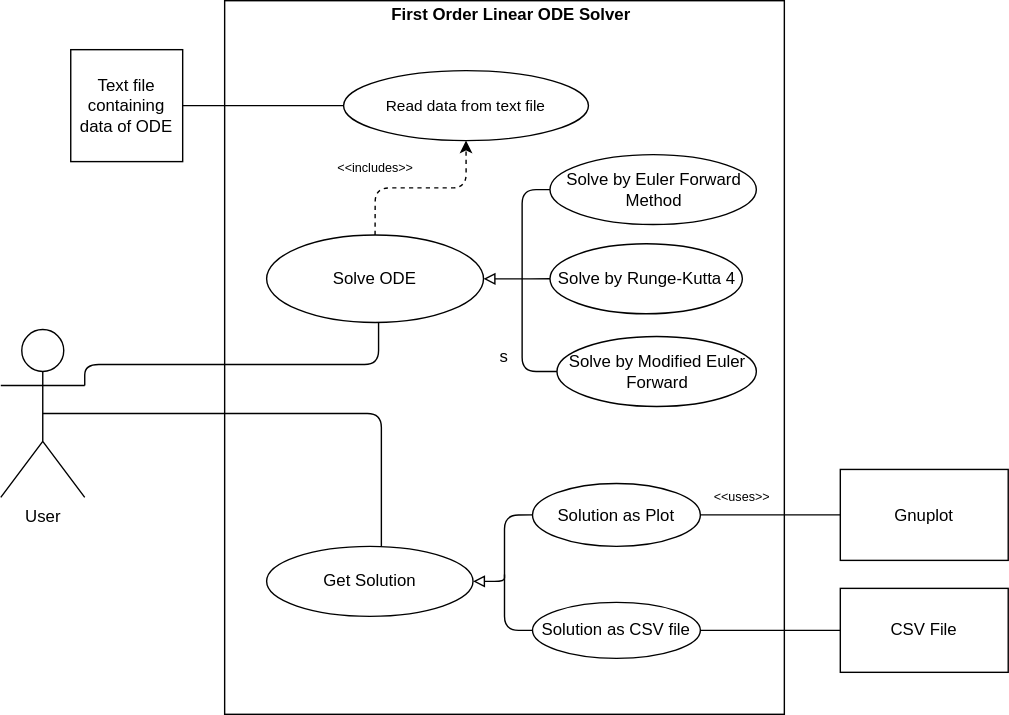
Before: 6_ImagesAndVideos/UseCaseDiagram.svg, a diagram exported from draw.io (bgvmysore/miniproject_stepin). Source tidied: cells renumbered, new cells last; positions are measured from the earlier drawing's top-left corner, leaving out a move shared by most shapes. Source of this version:
```xml
<mxGraphModel>
  <root>
    <mxCell id="0" />
    <mxCell id="1" parent="0" />
    <mxCell id="2" value="s" style="rounded=0;whiteSpace=wrap;html=1;" parent="1" vertex="1">
      <mxGeometry x="160" width="400" height="510" as="geometry" />
    </mxCell>
    <mxCell id="3" style="edgeStyle=orthogonalEdgeStyle;rounded=1;jettySize=auto;html=1;exitX=1;exitY=0.3333333333333333;exitDx=0;exitDy=0;exitPerimeter=0;endArrow=none;endFill=0;" parent="1" edge="1" source="5" target="10">
      <mxGeometry relative="1" as="geometry">
        <Array as="points">
          <mxPoint x="60" y="260" />
          <mxPoint x="270" y="260" />
        </Array>
      </mxGeometry>
    </mxCell>
    <mxCell id="4" style="edgeStyle=orthogonalEdgeStyle;rounded=1;jettySize=auto;html=1;exitX=0.5;exitY=0.5;exitDx=0;exitDy=0;exitPerimeter=0;startArrow=none;startFill=0;endArrow=none;endFill=0;" parent="1" edge="1" source="5" target="18">
      <mxGeometry relative="1" as="geometry">
        <Array as="points">
          <mxPoint x="272" y="295" />
        </Array>
      </mxGeometry>
    </mxCell>
    <mxCell id="5" value="User" style="shape=umlActor;verticalLabelPosition=bottom;verticalAlign=top;html=1;outlineConnect=0;" parent="1" vertex="1">
      <mxGeometry y="235" width="60" height="120" as="geometry" />
    </mxCell>
    <mxCell id="6" value="Gnuplot" style="rounded=0;whiteSpace=wrap;html=1;" parent="1" vertex="1">
      <mxGeometry x="600" y="335" width="120" height="65" as="geometry" />
    </mxCell>
    <mxCell id="7" style="edgeStyle=orthogonalEdgeStyle;rounded=1;jettySize=auto;html=1;entryX=0;entryY=0.5;entryDx=0;entryDy=0;fontSize=9;startArrow=none;startFill=0;endArrow=none;endFill=0;" parent="1" edge="1" source="8" target="26">
      <mxGeometry relative="1" as="geometry" />
    </mxCell>
    <mxCell id="8" value="Text file containing data of ODE" style="whiteSpace=wrap;html=1;" parent="1" vertex="1">
      <mxGeometry x="50" y="35" width="80" height="80" as="geometry" />
    </mxCell>
    <mxCell id="9" style="edgeStyle=orthogonalEdgeStyle;rounded=1;jettySize=auto;html=1;fontSize=9;startArrow=none;startFill=0;endArrow=classic;endFill=1;dashed=1;" parent="1" edge="1" source="10" target="26">
      <mxGeometry relative="1" as="geometry" />
    </mxCell>
    <mxCell id="10" value="Solve ODE" style="ellipse;whiteSpace=wrap;html=1;" parent="1" vertex="1">
      <mxGeometry x="190" y="167.5" width="155" height="62.5" as="geometry" />
    </mxCell>
    <mxCell id="11" value="CSV File" style="rounded=0;whiteSpace=wrap;html=1;" parent="1" vertex="1">
      <mxGeometry x="600" y="420" width="120" height="60" as="geometry" />
    </mxCell>
    <mxCell id="12" style="rounded=1;jettySize=auto;html=1;exitX=0;exitY=0.5;exitDx=0;exitDy=0;entryX=0;entryY=0.5;entryDx=0;entryDy=0;endArrow=none;endFill=0;elbow=vertical;edgeStyle=orthogonalEdgeStyle;" parent="1" edge="1" source="13" target="14">
      <mxGeometry relative="1" as="geometry" />
    </mxCell>
    <mxCell id="13" value="Solve by Euler Forward Method" style="ellipse;whiteSpace=wrap;html=1;" parent="1" vertex="1">
      <mxGeometry x="392.5" y="110" width="147.5" height="50" as="geometry" />
    </mxCell>
    <mxCell id="14" value="Solve by Modified Euler Forward" style="ellipse;whiteSpace=wrap;html=1;" parent="1" vertex="1">
      <mxGeometry x="397.5" y="240" width="142.5" height="50" as="geometry" />
    </mxCell>
    <mxCell id="15" style="rounded=1;jettySize=auto;html=1;exitX=0;exitY=0.5;exitDx=0;exitDy=0;startArrow=none;startFill=0;endArrow=block;endFill=0;elbow=vertical;edgeStyle=orthogonalEdgeStyle;" parent="1" edge="1" source="16" target="10">
      <mxGeometry relative="1" as="geometry" />
    </mxCell>
    <mxCell id="16" value="Solve by Runge-Kutta 4" style="ellipse;whiteSpace=wrap;html=1;" parent="1" vertex="1">
      <mxGeometry x="392.5" y="173.8" width="137.5" height="50" as="geometry" />
    </mxCell>
    <mxCell id="17" style="edgeStyle=orthogonalEdgeStyle;rounded=1;jettySize=auto;html=1;exitX=1;exitY=0.5;exitDx=0;exitDy=0;startArrow=block;startFill=0;endArrow=none;endFill=0;" parent="1" edge="1" source="18">
      <mxGeometry relative="1" as="geometry">
        <mxPoint x="360" y="410" as="targetPoint" />
      </mxGeometry>
    </mxCell>
    <mxCell id="18" value="&lt;div&gt;Get Solution&lt;br&gt;&lt;/div&gt;" style="ellipse;whiteSpace=wrap;html=1;" parent="1" vertex="1">
      <mxGeometry x="190" y="390" width="147.5" height="50" as="geometry" />
    </mxCell>
    <mxCell id="19" style="edgeStyle=orthogonalEdgeStyle;rounded=1;jettySize=auto;html=1;startArrow=none;startFill=0;endArrow=none;endFill=0;" parent="1" edge="1" source="21" target="6">
      <mxGeometry relative="1" as="geometry" />
    </mxCell>
    <mxCell id="20" style="edgeStyle=orthogonalEdgeStyle;rounded=1;jettySize=auto;html=1;exitX=0;exitY=0.5;exitDx=0;exitDy=0;entryX=0;entryY=0.5;entryDx=0;entryDy=0;startArrow=none;startFill=0;endArrow=none;endFill=0;" parent="1" edge="1" source="21" target="23">
      <mxGeometry relative="1" as="geometry" />
    </mxCell>
    <mxCell id="21" value="Solution as Plot" style="ellipse;whiteSpace=wrap;html=1;" parent="1" vertex="1">
      <mxGeometry x="380" y="345" width="120" height="45" as="geometry" />
    </mxCell>
    <mxCell id="22" style="edgeStyle=orthogonalEdgeStyle;rounded=1;jettySize=auto;html=1;entryX=0;entryY=0.5;entryDx=0;entryDy=0;startArrow=none;startFill=0;endArrow=none;endFill=0;" parent="1" edge="1" source="23" target="11">
      <mxGeometry relative="1" as="geometry" />
    </mxCell>
    <mxCell id="23" value="Solution as CSV file" style="ellipse;whiteSpace=wrap;html=1;" parent="1" vertex="1">
      <mxGeometry x="380" y="430" width="120" height="40" as="geometry" />
    </mxCell>
    <mxCell id="24" value="&amp;lt;&amp;lt;uses&amp;gt;&amp;gt;" style="text;html=1;strokeColor=none;fillColor=none;align=center;verticalAlign=middle;whiteSpace=wrap;rounded=0;fontSize=9;" parent="1" vertex="1">
      <mxGeometry x="510" y="345" width="40" height="20" as="geometry" />
    </mxCell>
    <mxCell id="25" value="&lt;font style=&quot;font-size: 12px&quot;&gt;&lt;b&gt;First Order Linear ODE Solver&lt;/b&gt;&lt;/font&gt;" style="text;html=1;strokeColor=none;fillColor=none;align=center;verticalAlign=middle;whiteSpace=wrap;rounded=0;fontSize=9;" parent="1" vertex="1">
      <mxGeometry x="265" width="200" height="20" as="geometry" />
    </mxCell>
    <mxCell id="26" value="&lt;font style=&quot;font-size: 11px&quot;&gt;Read data from text file&lt;/font&gt;" style="ellipse;whiteSpace=wrap;html=1;fontSize=9;" parent="1" vertex="1">
      <mxGeometry x="245" y="50" width="175" height="50" as="geometry" />
    </mxCell>
    <mxCell id="27" value="&amp;lt;&amp;lt;includes&amp;gt;&amp;gt;" style="text;html=1;strokeColor=none;fillColor=none;align=center;verticalAlign=middle;whiteSpace=wrap;rounded=0;dashed=1;fontSize=9;" parent="1" vertex="1">
      <mxGeometry x="247.5" y="110" width="40" height="20" as="geometry" />
    </mxCell>
  </root>
</mxGraphModel>
```
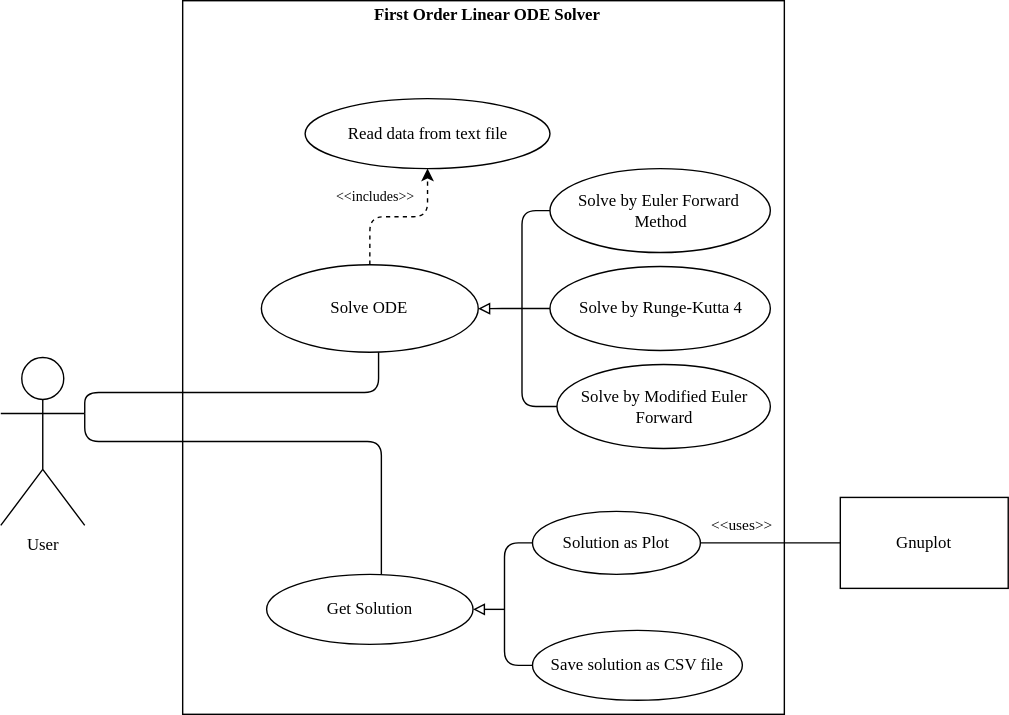
The same file after the commit.

Commit message:
changes to usecase diagram

Change to the diagram source:
```diff
@@ -2,8 +2,8 @@
   <root>
     <mxCell id="0" />
     <mxCell id="1" parent="0" />
-    <mxCell id="2" value="s" style="rounded=0;whiteSpace=wrap;html=1;" parent="1" vertex="1">
-      <mxGeometry x="160" width="400" height="510" as="geometry" />
+    <mxCell id="2" style="rounded=0;whiteSpace=wrap;html=1;" parent="1" vertex="1">
+      <mxGeometry x="130" y="-20" width="430" height="510" as="geometry" />
     </mxCell>
     <mxCell id="3" style="edgeStyle=orthogonalEdgeStyle;rounded=1;jettySize=auto;html=1;exitX=1;exitY=0.3333333333333333;exitDx=0;exitDy=0;exitPerimeter=0;endArrow=none;endFill=0;" parent="1" edge="1" source="5" target="10">
       <mxGeometry relative="1" as="geometry">
@@ -13,55 +13,47 @@
         </Array>
       </mxGeometry>
     </mxCell>
-    <mxCell id="4" style="edgeStyle=orthogonalEdgeStyle;rounded=1;jettySize=auto;html=1;exitX=0.5;exitY=0.5;exitDx=0;exitDy=0;exitPerimeter=0;startArrow=none;startFill=0;endArrow=none;endFill=0;" parent="1" edge="1" source="5" target="18">
+    <mxCell id="4" style="edgeStyle=orthogonalEdgeStyle;rounded=1;jettySize=auto;html=1;exitX=1;exitY=0.3333333333333333;exitDx=0;exitDy=0;exitPerimeter=0;startArrow=none;startFill=0;endArrow=none;endFill=0;" parent="1" edge="1" source="5" target="18">
       <mxGeometry relative="1" as="geometry">
         <Array as="points">
+          <mxPoint x="60" y="295" />
           <mxPoint x="272" y="295" />
         </Array>
       </mxGeometry>
     </mxCell>
-    <mxCell id="5" value="User" style="shape=umlActor;verticalLabelPosition=bottom;verticalAlign=top;html=1;outlineConnect=0;" parent="1" vertex="1">
+    <mxCell id="5" value="User" style="shape=umlActor;verticalLabelPosition=bottom;verticalAlign=top;html=1;outlineConnect=0;fontFamily=Times New Roman;" parent="1" vertex="1">
       <mxGeometry y="235" width="60" height="120" as="geometry" />
     </mxCell>
-    <mxCell id="6" value="Gnuplot" style="rounded=0;whiteSpace=wrap;html=1;" parent="1" vertex="1">
+    <mxCell id="6" value="&lt;font face=&quot;Times New Roman&quot;&gt;Gnuplot&lt;/font&gt;" style="rounded=0;whiteSpace=wrap;html=1;" parent="1" vertex="1">
       <mxGeometry x="600" y="335" width="120" height="65" as="geometry" />
     </mxCell>
-    <mxCell id="7" style="edgeStyle=orthogonalEdgeStyle;rounded=1;jettySize=auto;html=1;entryX=0;entryY=0.5;entryDx=0;entryDy=0;fontSize=9;startArrow=none;startFill=0;endArrow=none;endFill=0;" parent="1" edge="1" source="8" target="26">
-      <mxGeometry relative="1" as="geometry" />
-    </mxCell>
-    <mxCell id="8" value="Text file containing data of ODE" style="whiteSpace=wrap;html=1;" parent="1" vertex="1">
-      <mxGeometry x="50" y="35" width="80" height="80" as="geometry" />
-    </mxCell>
     <mxCell id="9" style="edgeStyle=orthogonalEdgeStyle;rounded=1;jettySize=auto;html=1;fontSize=9;startArrow=none;startFill=0;endArrow=classic;endFill=1;dashed=1;" parent="1" edge="1" source="10" target="26">
       <mxGeometry relative="1" as="geometry" />
     </mxCell>
-    <mxCell id="10" value="Solve ODE" style="ellipse;whiteSpace=wrap;html=1;" parent="1" vertex="1">
-      <mxGeometry x="190" y="167.5" width="155" height="62.5" as="geometry" />
+    <mxCell id="10" value="&lt;font face=&quot;Times New Roman&quot;&gt;Solve ODE&lt;/font&gt;" style="ellipse;whiteSpace=wrap;html=1;" parent="1" vertex="1">
+      <mxGeometry x="186.2" y="168.8" width="155" height="62.5" as="geometry" />
     </mxCell>
-    <mxCell id="11" value="CSV File" style="rounded=0;whiteSpace=wrap;html=1;" parent="1" vertex="1">
-      <mxGeometry x="600" y="420" width="120" height="60" as="geometry" />
-    </mxCell>
     <mxCell id="12" style="rounded=1;jettySize=auto;html=1;exitX=0;exitY=0.5;exitDx=0;exitDy=0;entryX=0;entryY=0.5;entryDx=0;entryDy=0;endArrow=none;endFill=0;elbow=vertical;edgeStyle=orthogonalEdgeStyle;" parent="1" edge="1" source="13" target="14">
       <mxGeometry relative="1" as="geometry" />
     </mxCell>
-    <mxCell id="13" value="Solve by Euler Forward Method" style="ellipse;whiteSpace=wrap;html=1;" parent="1" vertex="1">
-      <mxGeometry x="392.5" y="110" width="147.5" height="50" as="geometry" />
+    <mxCell id="13" value="&lt;font face=&quot;Times New Roman&quot;&gt;Solve by Euler Forward&amp;nbsp; Method&lt;/font&gt;" style="ellipse;whiteSpace=wrap;html=1;" parent="1" vertex="1">
+      <mxGeometry x="392.5" y="100" width="157.5" height="60" as="geometry" />
     </mxCell>
-    <mxCell id="14" value="Solve by Modified Euler Forward" style="ellipse;whiteSpace=wrap;html=1;" parent="1" vertex="1">
-      <mxGeometry x="397.5" y="240" width="142.5" height="50" as="geometry" />
+    <mxCell id="14" value="&lt;font face=&quot;Times New Roman&quot;&gt;Solve by Modified Euler Forward&lt;/font&gt;" style="ellipse;whiteSpace=wrap;html=1;" parent="1" vertex="1">
+      <mxGeometry x="397.5" y="240" width="152.5" height="60" as="geometry" />
     </mxCell>
     <mxCell id="15" style="rounded=1;jettySize=auto;html=1;exitX=0;exitY=0.5;exitDx=0;exitDy=0;startArrow=none;startFill=0;endArrow=block;endFill=0;elbow=vertical;edgeStyle=orthogonalEdgeStyle;" parent="1" edge="1" source="16" target="10">
       <mxGeometry relative="1" as="geometry" />
     </mxCell>
-    <mxCell id="16" value="Solve by Runge-Kutta 4" style="ellipse;whiteSpace=wrap;html=1;" parent="1" vertex="1">
-      <mxGeometry x="392.5" y="173.8" width="137.5" height="50" as="geometry" />
+    <mxCell id="16" value="&lt;font face=&quot;Times New Roman&quot;&gt;Solve by Runge-Kutta 4&lt;/font&gt;" style="ellipse;whiteSpace=wrap;html=1;" parent="1" vertex="1">
+      <mxGeometry x="392.5" y="170" width="157.5" height="60" as="geometry" />
     </mxCell>
-    <mxCell id="17" style="edgeStyle=orthogonalEdgeStyle;rounded=1;jettySize=auto;html=1;exitX=1;exitY=0.5;exitDx=0;exitDy=0;startArrow=block;startFill=0;endArrow=none;endFill=0;" parent="1" edge="1" source="18">
+    <mxCell id="17" style="rounded=1;jettySize=auto;html=1;exitX=1;exitY=0.5;exitDx=0;exitDy=0;startArrow=block;startFill=0;endArrow=none;endFill=0;" parent="1" edge="1" source="18">
       <mxGeometry relative="1" as="geometry">
-        <mxPoint x="360" y="410" as="targetPoint" />
+        <mxPoint x="360" y="415" as="targetPoint" />
       </mxGeometry>
     </mxCell>
-    <mxCell id="18" value="&lt;div&gt;Get Solution&lt;br&gt;&lt;/div&gt;" style="ellipse;whiteSpace=wrap;html=1;" parent="1" vertex="1">
+    <mxCell id="18" value="&lt;div&gt;&lt;font face=&quot;Times New Roman&quot;&gt;Get Solution&lt;br&gt;&lt;/font&gt;&lt;/div&gt;" style="ellipse;whiteSpace=wrap;html=1;" parent="1" vertex="1">
       <mxGeometry x="190" y="390" width="147.5" height="50" as="geometry" />
     </mxCell>
     <mxCell id="19" style="edgeStyle=orthogonalEdgeStyle;rounded=1;jettySize=auto;html=1;startArrow=none;startFill=0;endArrow=none;endFill=0;" parent="1" edge="1" source="21" target="6">
@@ -70,25 +62,22 @@
     <mxCell id="20" style="edgeStyle=orthogonalEdgeStyle;rounded=1;jettySize=auto;html=1;exitX=0;exitY=0.5;exitDx=0;exitDy=0;entryX=0;entryY=0.5;entryDx=0;entryDy=0;startArrow=none;startFill=0;endArrow=none;endFill=0;" parent="1" edge="1" source="21" target="23">
       <mxGeometry relative="1" as="geometry" />
     </mxCell>
-    <mxCell id="21" value="Solution as Plot" style="ellipse;whiteSpace=wrap;html=1;" parent="1" vertex="1">
+    <mxCell id="21" value="&lt;font face=&quot;Times New Roman&quot;&gt;Solution as Plot&lt;/font&gt;" style="ellipse;whiteSpace=wrap;html=1;" parent="1" vertex="1">
       <mxGeometry x="380" y="345" width="120" height="45" as="geometry" />
     </mxCell>
-    <mxCell id="22" style="edgeStyle=orthogonalEdgeStyle;rounded=1;jettySize=auto;html=1;entryX=0;entryY=0.5;entryDx=0;entryDy=0;startArrow=none;startFill=0;endArrow=none;endFill=0;" parent="1" edge="1" source="23" target="11">
-      <mxGeometry relative="1" as="geometry" />
-    </mxCell>
-    <mxCell id="23" value="Solution as CSV file" style="ellipse;whiteSpace=wrap;html=1;" parent="1" vertex="1">
-      <mxGeometry x="380" y="430" width="120" height="40" as="geometry" />
+    <mxCell id="23" value="&lt;font face=&quot;Times New Roman&quot;&gt;Save solution as CSV file&lt;/font&gt;" style="ellipse;whiteSpace=wrap;html=1;" parent="1" vertex="1">
+      <mxGeometry x="380" y="430" width="150" height="50" as="geometry" />
     </mxCell>
-    <mxCell id="24" value="&amp;lt;&amp;lt;uses&amp;gt;&amp;gt;" style="text;html=1;strokeColor=none;fillColor=none;align=center;verticalAlign=middle;whiteSpace=wrap;rounded=0;fontSize=9;" parent="1" vertex="1">
+    <mxCell id="24" value="&lt;font style=&quot;font-size: 11px&quot; face=&quot;Times New Roman&quot;&gt;&amp;lt;&amp;lt;uses&amp;gt;&amp;gt;&lt;/font&gt;" style="text;html=1;strokeColor=none;fillColor=none;align=center;verticalAlign=middle;whiteSpace=wrap;rounded=0;fontSize=9;" parent="1" vertex="1">
       <mxGeometry x="510" y="345" width="40" height="20" as="geometry" />
     </mxCell>
-    <mxCell id="25" value="&lt;font style=&quot;font-size: 12px&quot;&gt;&lt;b&gt;First Order Linear ODE Solver&lt;/b&gt;&lt;/font&gt;" style="text;html=1;strokeColor=none;fillColor=none;align=center;verticalAlign=middle;whiteSpace=wrap;rounded=0;fontSize=9;" parent="1" vertex="1">
-      <mxGeometry x="265" width="200" height="20" as="geometry" />
+    <mxCell id="25" value="&lt;font style=&quot;font-size: 12px&quot; face=&quot;Times New Roman&quot;&gt;&lt;b&gt;First Order Linear ODE Solver&lt;/b&gt;&lt;/font&gt;" style="text;html=1;strokeColor=none;fillColor=none;align=center;verticalAlign=middle;whiteSpace=wrap;rounded=0;fontSize=9;" parent="1" vertex="1">
+      <mxGeometry x="247.5" y="-20" width="200" height="20" as="geometry" />
     </mxCell>
-    <mxCell id="26" value="&lt;font style=&quot;font-size: 11px&quot;&gt;Read data from text file&lt;/font&gt;" style="ellipse;whiteSpace=wrap;html=1;fontSize=9;" parent="1" vertex="1">
-      <mxGeometry x="245" y="50" width="175" height="50" as="geometry" />
+    <mxCell id="26" value="&lt;font style=&quot;font-size: 12px&quot; face=&quot;Times New Roman&quot;&gt;Read data from text file&lt;/font&gt;" style="ellipse;whiteSpace=wrap;html=1;fontSize=9;" parent="1" vertex="1">
+      <mxGeometry x="217.5" y="50" width="175" height="50" as="geometry" />
     </mxCell>
-    <mxCell id="27" value="&amp;lt;&amp;lt;includes&amp;gt;&amp;gt;" style="text;html=1;strokeColor=none;fillColor=none;align=center;verticalAlign=middle;whiteSpace=wrap;rounded=0;dashed=1;fontSize=9;" parent="1" vertex="1">
+    <mxCell id="27" value="&lt;font style=&quot;font-size: 10px&quot; face=&quot;Times New Roman&quot;&gt;&amp;lt;&amp;lt;includes&amp;gt;&amp;gt;&lt;/font&gt;" style="text;html=1;strokeColor=none;fillColor=none;align=center;verticalAlign=middle;whiteSpace=wrap;rounded=0;dashed=1;fontSize=9;" parent="1" vertex="1">
       <mxGeometry x="247.5" y="110" width="40" height="20" as="geometry" />
     </mxCell>
   </root>
```
